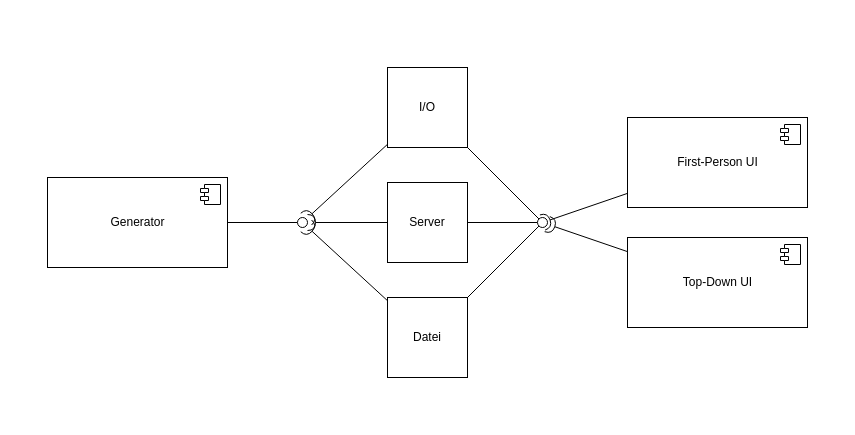
Above: presentation/assets/diagrams/Labyrinth_components.drawio in WHS-SLAB-WiSe22-23-P1/Labyrinth (draw.io), before the change. Source tidied: cells renumbered, new cells numbered last; positions are measured from the earlier drawing's top-left corner, leaving out a move shared by most shapes. Both pictures are drawn from the tidied source at 100%, with x=0, y=0 at pixel (47, 67).
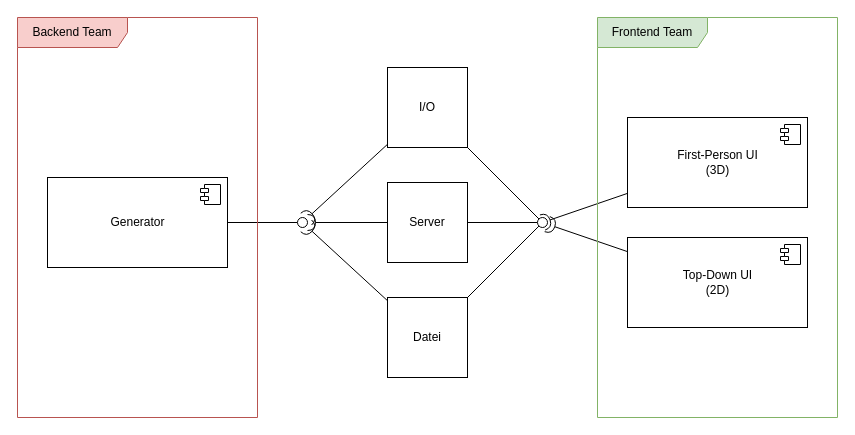
After the change.

Diff of the diagram source:
```diff
@@
-    <mxCell id="9" value="First-Person UI" style="html=1;" parent="1" vertex="1">
+    <mxCell id="9" value="First-Person UI&lt;br&gt;(3D)" style="html=1;" parent="1" vertex="1">
       <mxGeometry x="580" y="50" width="180" height="90" as="geometry" />
     </mxCell>
@@
-    <mxCell id="14" value="Top-Down UI" style="html=1;" parent="1" vertex="1">
+    <mxCell id="14" value="Top-Down UI&lt;br&gt;(2D)" style="html=1;" parent="1" vertex="1">
       <mxGeometry x="580" y="170" width="180" height="90" as="geometry" />
     </mxCell>
@@
+    <mxCell id="22" value="Backend Team" style="shape=umlFrame;whiteSpace=wrap;html=1;fillColor=#f8cecc;strokeColor=#b85450;width=110;height=30;" parent="1" vertex="1">
+      <mxGeometry x="-30" y="-50" width="240" height="400" as="geometry" />
+    </mxCell>
+    <mxCell id="23" value="Frontend Team" style="shape=umlFrame;whiteSpace=wrap;html=1;fillColor=#d5e8d4;strokeColor=#82b366;width=110;height=30;" parent="1" vertex="1">
+      <mxGeometry x="550" y="-50" width="240" height="400" as="geometry" />
+    </mxCell>
```
